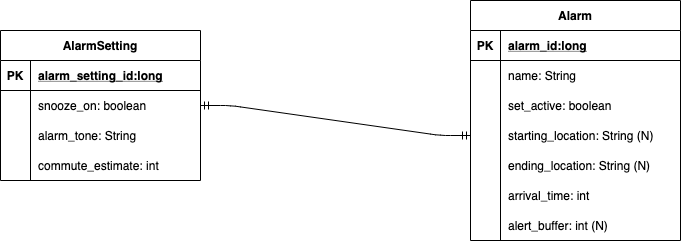
The draw.io diagram docs/img/erd.png in pcutter1/true-alarm, before a commit. Source tidied: cells renumbered, new cells last; positions are measured from the earlier drawing's top-left corner, leaving out a move shared by most shapes.
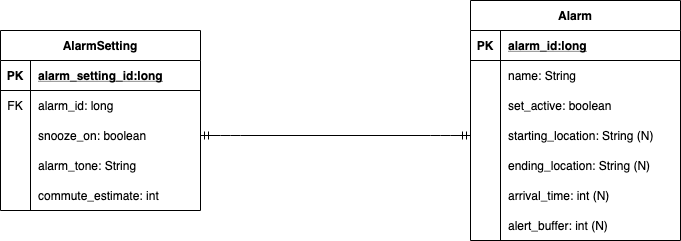
After the change.

Commit message:
Added Alarm and AlarmSetting entity classes

Change to the diagram source:
```diff
@@ -2,7 +2,7 @@
   <root>
     <mxCell id="0" />
     <mxCell id="1" parent="0" />
-    <mxCell id="2" style="edgeStyle=entityRelationEdgeStyle;fontSize=12;html=1;endArrow=ERmandOne;startArrow=ERmandOne;entryX=0;entryY=0.5;entryDx=0;entryDy=0;exitX=1;exitY=0.5;exitDx=0;exitDy=0;" parent="1" edge="1" source="29" target="13">
+    <mxCell id="2" style="edgeStyle=entityRelationEdgeStyle;fontSize=12;html=1;endArrow=ERmandOne;startArrow=ERmandOne;entryX=0;entryY=0.5;entryDx=0;entryDy=0;exitX=1;exitY=0.5;exitDx=0;exitDy=0;" parent="1" edge="1" source="32" target="13">
       <mxGeometry relative="1" as="geometry" />
     </mxCell>
     <mxCell id="3" value="Alarm" style="shape=table;startSize=30;rowLines=0;fontStyle=1;align=center;" parent="1" vertex="1">
@@ -59,7 +59,7 @@
     <mxCell id="20" style="shape=partialRectangle;fillColor=none;top=0;left=0;bottom=0;right=0;overflow=hidden;" parent="19" vertex="1">
       <mxGeometry width="30" height="30" as="geometry" />
     </mxCell>
-    <mxCell id="21" value="arrival_time: int" style="shape=partialRectangle;fillColor=none;top=0;left=0;bottom=0;right=0;align=left;spacingLeft=6;overflow=hidden;" parent="19" vertex="1">
+    <mxCell id="21" value="arrival_time: int (N)" style="shape=partialRectangle;fillColor=none;top=0;left=0;bottom=0;right=0;align=left;spacingLeft=6;overflow=hidden;" parent="19" vertex="1">
       <mxGeometry x="30" width="180" height="30" as="geometry" />
     </mxCell>
     <mxCell id="22" style="shape=partialRectangle;fillColor=none;top=0;left=0;bottom=0;right=0;" parent="3" vertex="1">
@@ -72,7 +72,7 @@
       <mxGeometry x="30" width="180" height="30" as="geometry" />
     </mxCell>
     <mxCell id="25" value="AlarmSetting" style="shape=table;startSize=30;rowLines=0;fontStyle=1;align=center;" parent="1" vertex="1">
-      <mxGeometry y="30" width="200" height="150" as="geometry" />
+      <mxGeometry y="30" width="200" height="180" as="geometry" />
     </mxCell>
     <mxCell id="26" style="shape=partialRectangle;fillColor=none;top=0;left=0;bottom=1;right=0;" parent="25" vertex="1">
       <mxGeometry y="30" width="200" height="30" as="geometry" />
@@ -86,10 +86,10 @@
     <mxCell id="29" style="shape=partialRectangle;fillColor=none;top=0;left=0;bottom=0;right=0;points=[[0,0.5],[1,0.5]];portConstraint=eastwest;" parent="25" vertex="1">
       <mxGeometry y="60" width="200" height="30" as="geometry" />
     </mxCell>
-    <mxCell id="30" style="shape=partialRectangle;fillColor=none;top=0;left=0;bottom=0;right=0;overflow=hidden;" parent="29" vertex="1">
+    <mxCell id="30" value="FK" style="shape=partialRectangle;fillColor=none;top=0;left=0;bottom=0;right=0;overflow=hidden;" parent="29" vertex="1">
       <mxGeometry width="30" height="30" as="geometry" />
     </mxCell>
-    <mxCell id="31" value="snooze_on: boolean" style="shape=partialRectangle;fillColor=none;top=0;left=0;bottom=0;right=0;align=left;spacingLeft=6;overflow=hidden;" parent="29" vertex="1">
+    <mxCell id="31" value="alarm_id: long" style="shape=partialRectangle;fillColor=none;top=0;left=0;bottom=0;right=0;align=left;spacingLeft=6;overflow=hidden;" parent="29" vertex="1">
       <mxGeometry x="30" width="170" height="30" as="geometry" />
     </mxCell>
     <mxCell id="32" style="shape=partialRectangle;fillColor=none;top=0;left=0;bottom=0;right=0;points=[[0,0.5],[1,0.5]];portConstraint=eastwest;" parent="25" vertex="1">
@@ -98,7 +98,7 @@
     <mxCell id="33" style="shape=partialRectangle;fillColor=none;top=0;left=0;bottom=0;right=0;overflow=hidden;" parent="32" vertex="1">
       <mxGeometry width="30" height="30" as="geometry" />
     </mxCell>
-    <mxCell id="34" value="alarm_tone: String" style="shape=partialRectangle;fillColor=none;top=0;left=0;bottom=0;right=0;align=left;spacingLeft=6;overflow=hidden;" parent="32" vertex="1">
+    <mxCell id="34" value="snooze_on: boolean" style="shape=partialRectangle;fillColor=none;top=0;left=0;bottom=0;right=0;align=left;spacingLeft=6;overflow=hidden;" parent="32" vertex="1">
       <mxGeometry x="30" width="170" height="30" as="geometry" />
     </mxCell>
     <mxCell id="35" style="shape=partialRectangle;fillColor=none;top=0;left=0;bottom=0;right=0;" parent="25" vertex="1">
@@ -107,8 +107,17 @@
     <mxCell id="36" style="shape=partialRectangle;fillColor=none;top=0;left=0;bottom=0;right=0;overflow=hidden;" parent="35" vertex="1">
       <mxGeometry width="30" height="30" as="geometry" />
     </mxCell>
-    <mxCell id="37" value="commute_estimate: int" style="shape=partialRectangle;fillColor=none;top=0;left=0;bottom=0;right=0;align=left;spacingLeft=6;overflow=hidden;" parent="35" vertex="1">
+    <mxCell id="37" value="alarm_tone: String" style="shape=partialRectangle;fillColor=none;top=0;left=0;bottom=0;right=0;align=left;spacingLeft=6;overflow=hidden;" parent="35" vertex="1">
       <mxGeometry x="30" width="170" height="30" as="geometry" />
     </mxCell>
+    <mxCell id="38" style="shape=partialRectangle;fillColor=none;top=0;left=0;bottom=0;right=0;" parent="25" vertex="1">
+      <mxGeometry y="150" width="200" height="30" as="geometry" />
+    </mxCell>
+    <mxCell id="39" style="shape=partialRectangle;fillColor=none;top=0;left=0;bottom=0;right=0;overflow=hidden;" parent="38" vertex="1">
+      <mxGeometry width="30" height="30" as="geometry" />
+    </mxCell>
+    <mxCell id="40" value="commute_estimate: int" style="shape=partialRectangle;fillColor=none;top=0;left=0;bottom=0;right=0;align=left;spacingLeft=6;overflow=hidden;" parent="38" vertex="1">
+      <mxGeometry x="30" width="170" height="30" as="geometry" />
+    </mxCell>
   </root>
 </mxGraphModel>
```
